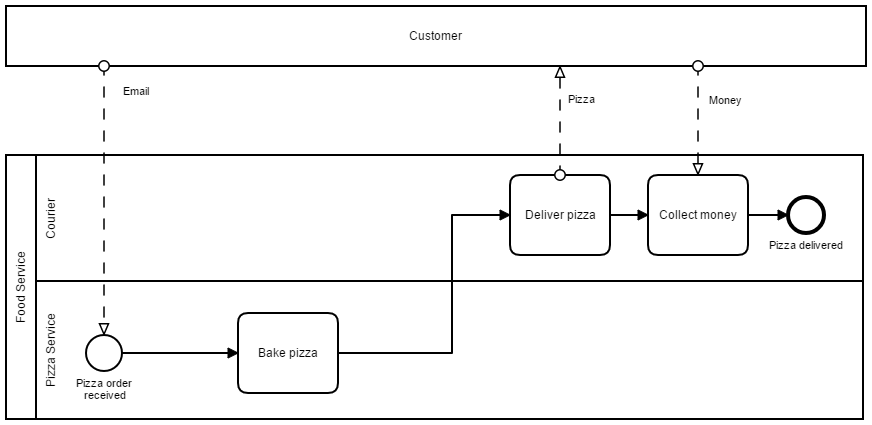
The BPMN diagram images/pizza-service-strategic.png in DigiBP/digibp-food-inc, before a commit. Its source is kept beside it as modelling/pizza-service/pizza-service-strategic.bpmn. Ids are renumbered.
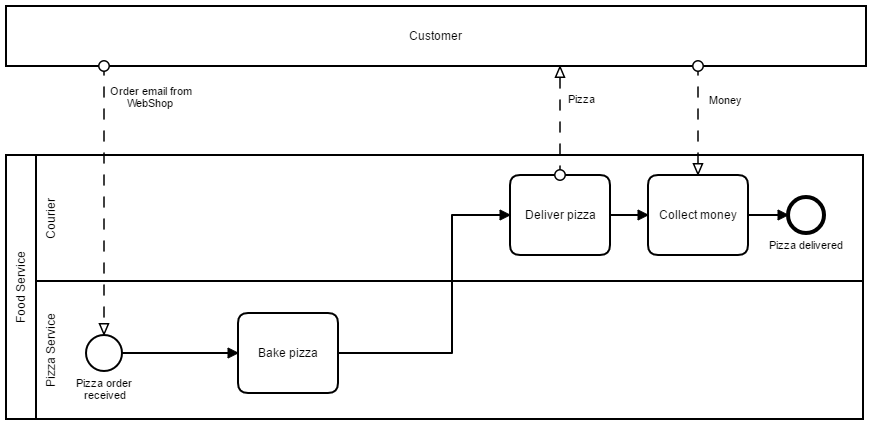
Later version of the same file.

What changed in the source:
```diff
@@ -2,7 +2,7 @@
   <bpmn:collaboration id="Collaboration_n1">
     <bpmn:participant id="Participant_n2" name="Food Service" processRef="Process_1" />
     <bpmn:participant id="Participant_n3" name="Customer" />
-    <bpmn:messageFlow id="MessageFlow_n4" name="Email" sourceRef="Participant_n3" targetRef="StartEvent_n5" />
+    <bpmn:messageFlow id="MessageFlow_n4" name="Order email from WebShop" sourceRef="Participant_n3" targetRef="StartEvent_n5" />
     <bpmn:messageFlow id="MessageFlow_n6" name="Pizza" sourceRef="Task_n7" targetRef="Participant_n3" />
     <bpmn:messageFlow id="MessageFlow_n8" name="Money" sourceRef="Participant_n3" targetRef="Task_n9" />
   </bpmn:collaboration>
@@ -66,7 +66,7 @@
         <di:waypoint xsi:type="dc:Point" x="214" y="93" />
         <di:waypoint xsi:type="dc:Point" x="214" y="362" />
         <bpmndi:BPMNLabel>
-          <dc:Bounds x="233" y="110" width="27" height="12" />
+          <dc:Bounds x="220" y="110" width="82" height="24" />
         </bpmndi:BPMNLabel>
       </bpmndi:BPMNEdge>
       <bpmndi:BPMNShape id="Task_n11_di" bpmnElement="Task_n11">
```
